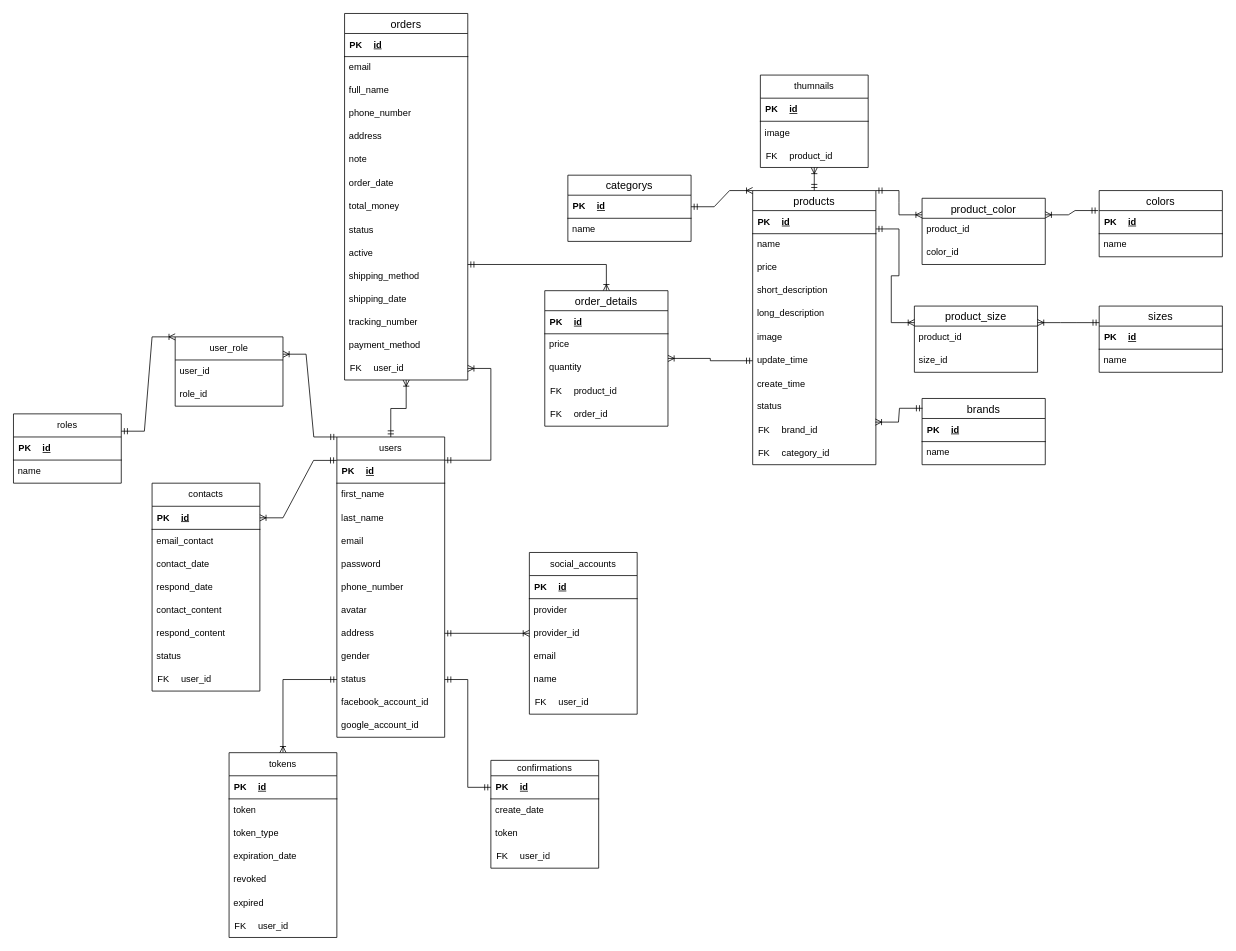
Before: shop-online/Biểu đồ không có tiêu đề.drawio in Dangnhhe161726/shop-online, a draw.io diagram. Source tidied: cells renumbered, new cells numbered last; positions are measured from the earlier drawing's top-left corner, leaving out a move shared by most shapes. Both pictures are drawn from the tidied source at 77%, with x=0, y=0 at pixel (13, -183).
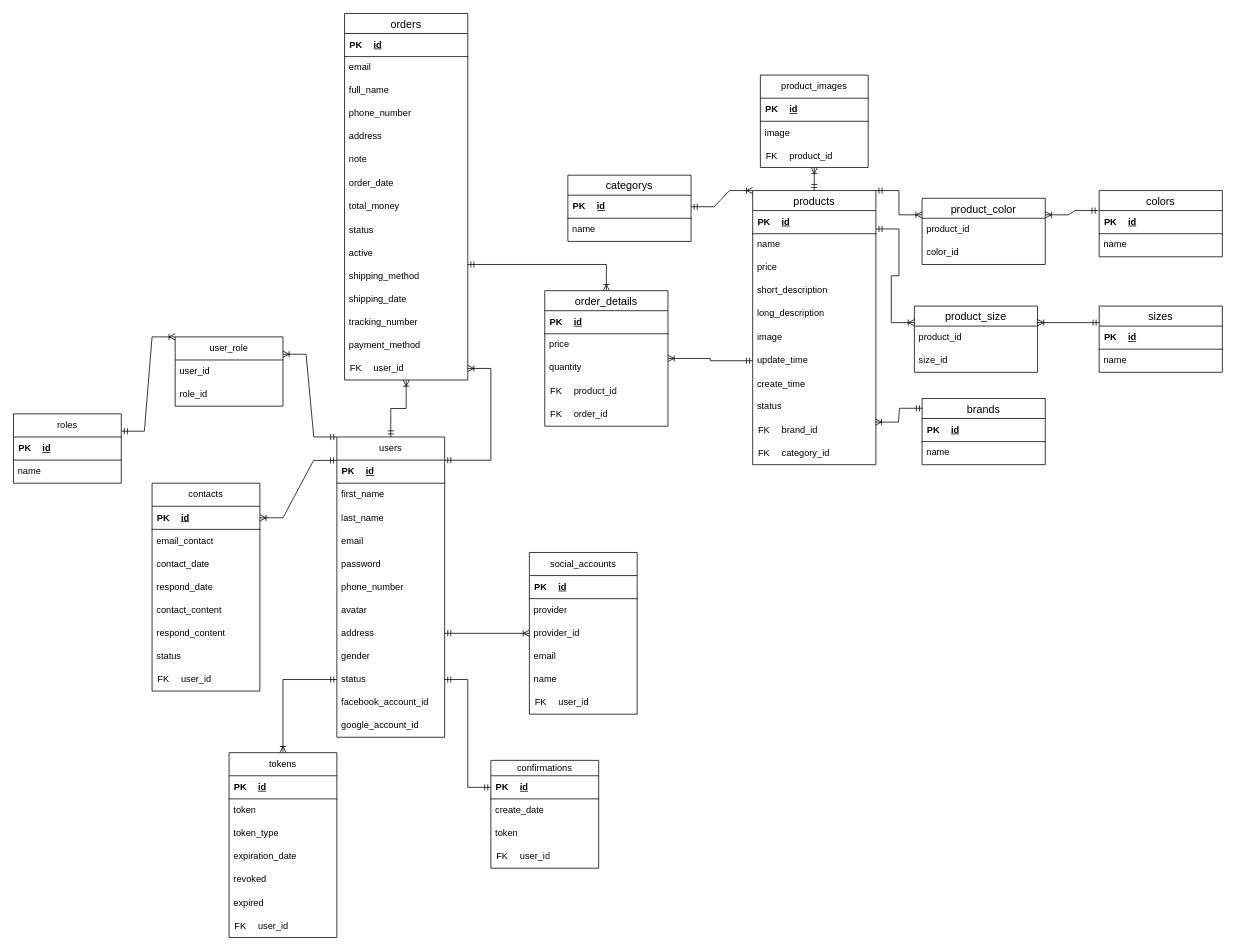
Above is the later version.

Commit message:
rename table thumnails to product_images

What changed in the source:
```diff
@@
-    <mxCell id="143" value="thumnails" style="swimlane;fontStyle=0;horizontal=1;startSize=30;whiteSpace=wrap;html=1;" parent="1" vertex="1">
+    <mxCell id="143" value="product_images" style="swimlane;fontStyle=0;horizontal=1;startSize=30;whiteSpace=wrap;html=1;" parent="1" vertex="1">
       <mxGeometry x="970" y="335" width="140" height="120" as="geometry" />
     </mxCell>
```
